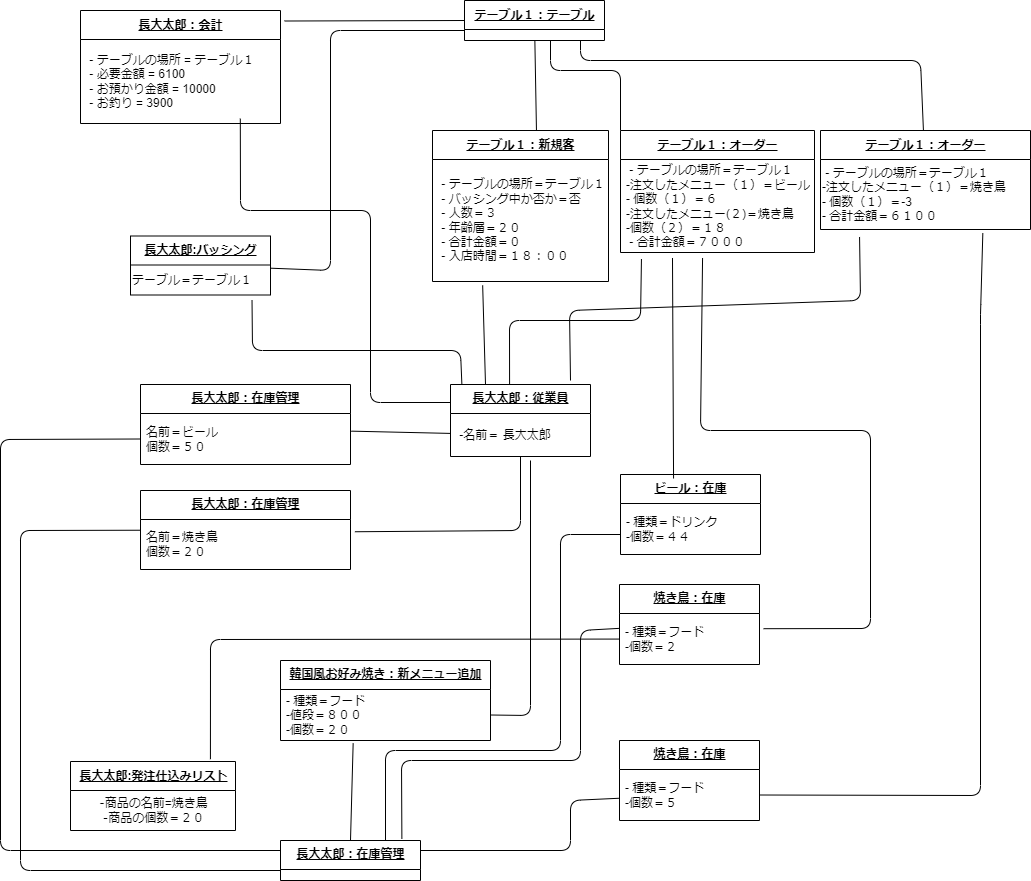
Above: psp4/オブジェクト図/オブジェクト図ver3.drawio.png in MasakiHiguchi/--- (draw.io), before the change. Source tidied: cells renumbered, new cells last; positions are measured from the earlier drawing's top-left corner, leaving out a move shared by most shapes.
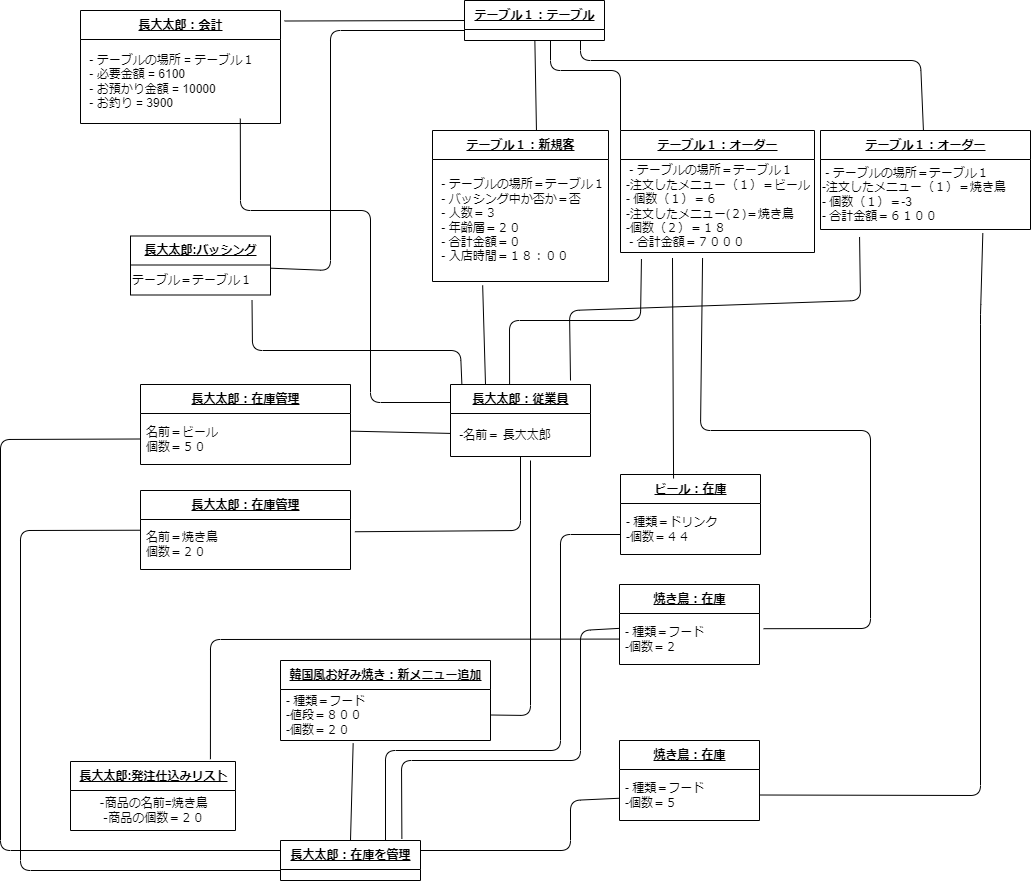
After the change.

Diff of the diagram source:
```diff
@@ -157,7 +157,7 @@
     <mxCell id="32" value="- 種類＝フード&lt;br&gt;-値段＝８００&lt;br&gt;-個数＝２０" style="text;html=1;strokeColor=none;fillColor=none;align=left;verticalAlign=middle;spacingLeft=4;spacingRight=4;overflow=hidden;points=[[0,0.5],[1,0.5]];portConstraint=eastwest;" parent="31" vertex="1">
       <mxGeometry y="29" width="210" height="51" as="geometry" />
     </mxCell>
-    <mxCell id="33" value="&lt;u&gt;長大太郎：在庫管理&lt;/u&gt;" style="swimlane;fontStyle=1;align=center;verticalAlign=middle;horizontal=1;startSize=29;html=1;" parent="1" vertex="1">
+    <mxCell id="33" value="&lt;u&gt;長大太郎：在庫を管理&lt;/u&gt;" style="swimlane;fontStyle=1;align=center;verticalAlign=middle;horizontal=1;startSize=29;html=1;" parent="1" vertex="1">
       <mxGeometry x="280" y="840" width="140" height="40" as="geometry" />
     </mxCell>
     <mxCell id="34" style="edgeStyle=none;rounded=1;sketch=0;hachureGap=4;jiggle=2;curveFitting=1;html=1;entryX=1;entryY=0.25;entryDx=0;entryDy=0;fontFamily=Architects Daughter;fontSource=https%3A%2F%2Ffonts.googleapis.com%2Fcss%3Ffamily%3DArchitects%2BDaughter;fontSize=16;endArrow=none;endFill=0;" parent="1" edge="1" source="28" target="33">
```
